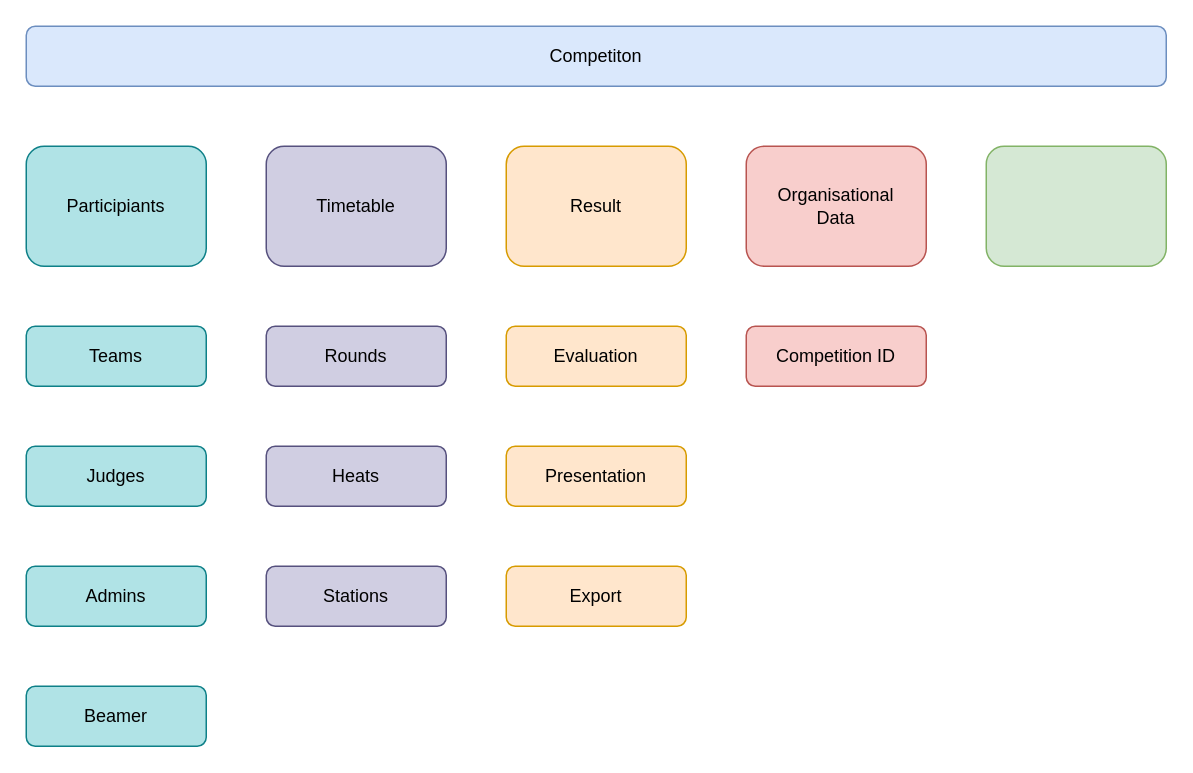
The draw.io diagram documentation/competition_class_diagram.drawio in drbv/tap, before the edit. Source tidied: cells renumbered, new cells numbered last; positions are measured from the earlier drawing's top-left corner, leaving out a move shared by most shapes. Both pictures are drawn from the tidied source at 150%, with x=0, y=0 at pixel (26, 26).
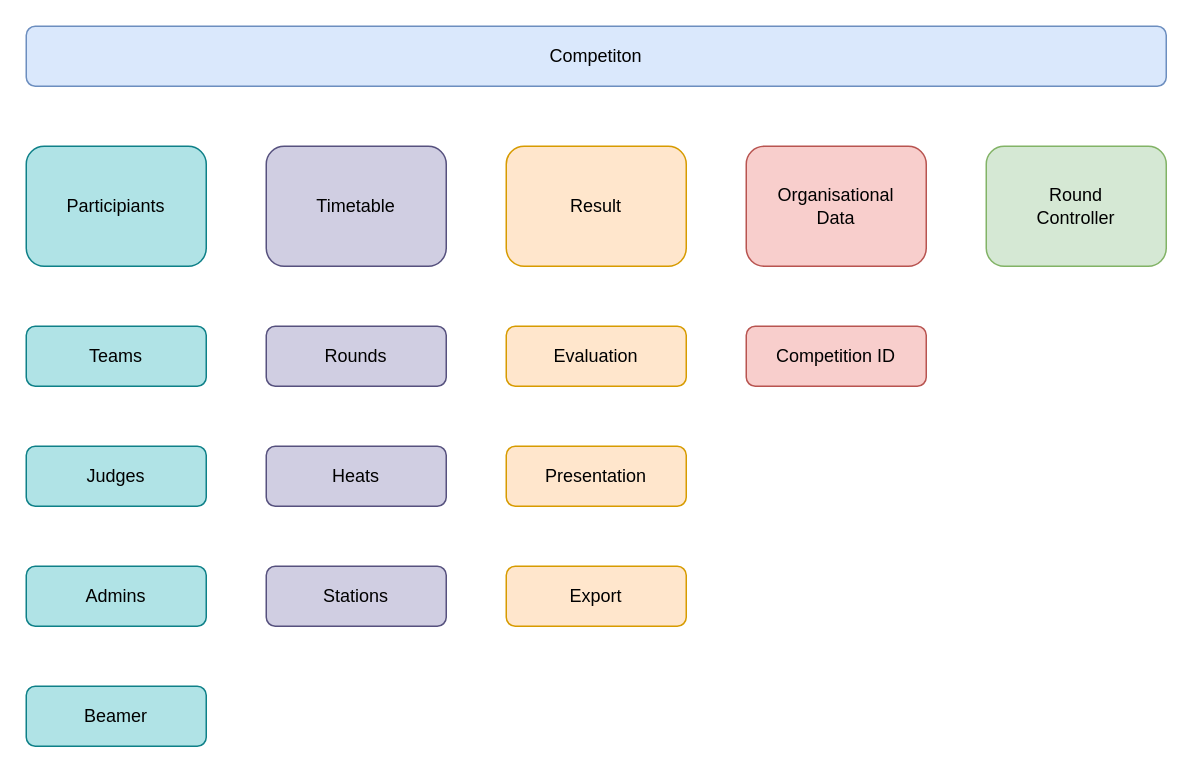
The same diagram, later.

Change to the diagram source:
```diff
@@
 <mxGraphModel>
   <root>
     <mxCell id="0" />
     <mxCell id="1" parent="0" />
     <mxCell id="2" value="Competiton" style="rounded=1;whiteSpace=wrap;html=1;fillColor=#dae8fc;strokeColor=#6c8ebf;" parent="1" vertex="1">
       <mxGeometry width="760" height="40" as="geometry" />
     </mxCell>
     <mxCell id="3" value="Participiants" style="rounded=1;whiteSpace=wrap;html=1;fillColor=#b0e3e6;strokeColor=#0e8088;" parent="1" vertex="1">
       <mxGeometry y="80" width="120" height="80" as="geometry" />
     </mxCell>
     <mxCell id="4" value="Timetable" style="rounded=1;whiteSpace=wrap;html=1;fillColor=#d0cee2;strokeColor=#56517e;" parent="1" vertex="1">
       <mxGeometry x="160" y="80" width="120" height="80" as="geometry" />
     </mxCell>
     <mxCell id="5" value="Result" style="rounded=1;whiteSpace=wrap;html=1;fillColor=#ffe6cc;strokeColor=#d79b00;" parent="1" vertex="1">
       <mxGeometry x="320" y="80" width="120" height="80" as="geometry" />
     </mxCell>
     <mxCell id="6" value="Organisational&lt;br&gt;Data" style="rounded=1;whiteSpace=wrap;html=1;fillColor=#f8cecc;strokeColor=#b85450;" parent="1" vertex="1">
       <mxGeometry x="480" y="80" width="120" height="80" as="geometry" />
     </mxCell>
-    <mxCell id="7" style="rounded=1;whiteSpace=wrap;html=1;fillColor=#d5e8d4;strokeColor=#82b366;" parent="1" vertex="1">
+    <mxCell id="7" value="Round&lt;br&gt;Controller" style="rounded=1;whiteSpace=wrap;html=1;fillColor=#d5e8d4;strokeColor=#82b366;" parent="1" vertex="1">
       <mxGeometry x="640" y="80" width="120" height="80" as="geometry" />
     </mxCell>
     <mxCell id="8" value="Teams" style="rounded=1;whiteSpace=wrap;html=1;fillColor=#b0e3e6;strokeColor=#0e8088;" parent="1" vertex="1">
       <mxGeometry y="200" width="120" height="40" as="geometry" />
     </mxCell>
     <mxCell id="9" value="Judges" style="rounded=1;whiteSpace=wrap;html=1;fillColor=#b0e3e6;strokeColor=#0e8088;" parent="1" vertex="1">
       <mxGeometry y="280" width="120" height="40" as="geometry" />
     </mxCell>
     <mxCell id="10" value="Admins" style="rounded=1;whiteSpace=wrap;html=1;fillColor=#b0e3e6;strokeColor=#0e8088;" parent="1" vertex="1">
       <mxGeometry y="360" width="120" height="40" as="geometry" />
     </mxCell>
     <mxCell id="11" value="Beamer" style="rounded=1;whiteSpace=wrap;html=1;fillColor=#b0e3e6;strokeColor=#0e8088;" parent="1" vertex="1">
       <mxGeometry y="440" width="120" height="40" as="geometry" />
     </mxCell>
     <mxCell id="12" value="Rounds" style="rounded=1;whiteSpace=wrap;html=1;fillColor=#d0cee2;strokeColor=#56517e;" parent="1" vertex="1">
       <mxGeometry x="160" y="200" width="120" height="40" as="geometry" />
     </mxCell>
     <mxCell id="13" value="Heats" style="rounded=1;whiteSpace=wrap;html=1;fillColor=#d0cee2;strokeColor=#56517e;" parent="1" vertex="1">
       <mxGeometry x="160" y="280" width="120" height="40" as="geometry" />
     </mxCell>
     <mxCell id="14" value="Stations" style="rounded=1;whiteSpace=wrap;html=1;fillColor=#d0cee2;strokeColor=#56517e;" parent="1" vertex="1">
       <mxGeometry x="160" y="360" width="120" height="40" as="geometry" />
     </mxCell>
     <mxCell id="15" value="Evaluation" style="rounded=1;whiteSpace=wrap;html=1;fillColor=#ffe6cc;strokeColor=#d79b00;" parent="1" vertex="1">
       <mxGeometry x="320" y="200" width="120" height="40" as="geometry" />
     </mxCell>
     <mxCell id="16" value="Presentation" style="rounded=1;whiteSpace=wrap;html=1;fillColor=#ffe6cc;strokeColor=#d79b00;" parent="1" vertex="1">
       <mxGeometry x="320" y="280" width="120" height="40" as="geometry" />
     </mxCell>
     <mxCell id="17" value="Export" style="rounded=1;whiteSpace=wrap;html=1;fillColor=#ffe6cc;strokeColor=#d79b00;" parent="1" vertex="1">
       <mxGeometry x="320" y="360" width="120" height="40" as="geometry" />
     </mxCell>
     <mxCell id="18" value="Competition ID" style="rounded=1;whiteSpace=wrap;html=1;fillColor=#f8cecc;strokeColor=#b85450;" parent="1" vertex="1">
       <mxGeometry x="480" y="200" width="120" height="40" as="geometry" />
     </mxCell>
   </root>
 </mxGraphModel>
```
